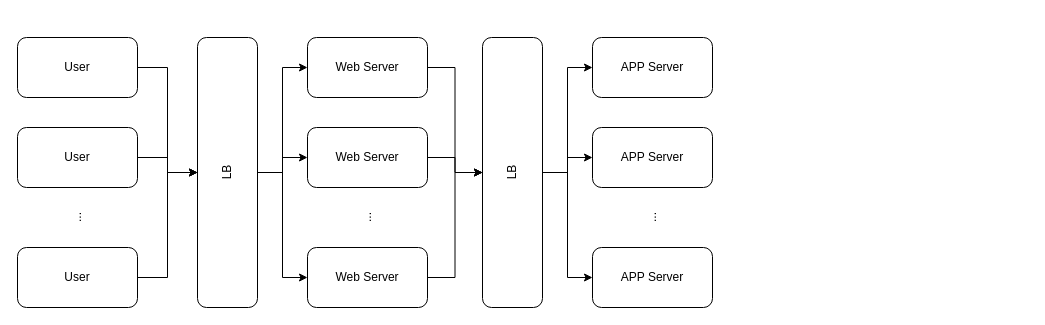
Before: drawios/Design TinyURL.drawio in whmou/component-archs, a draw.io diagram. Source tidied: cells renumbered, new cells numbered last; positions are measured from the earlier drawing's top-left corner, leaving out a move shared by most shapes. Both pictures are drawn from the tidied source at 100%, with x=0, y=0 at pixel (17, 37).
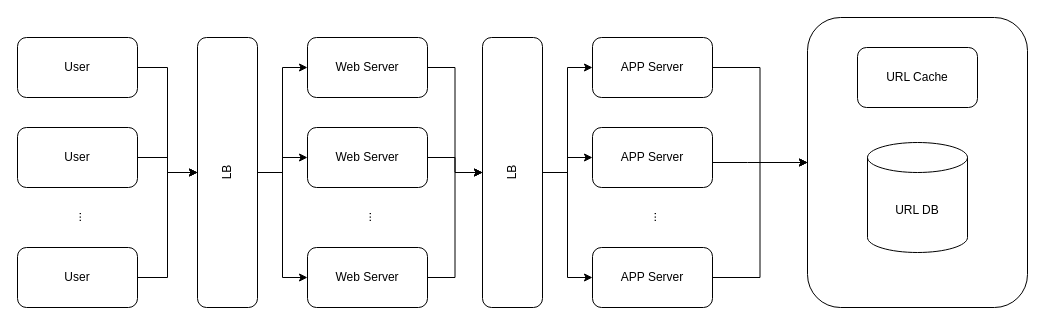
The same diagram, later.

Unchanged cells that the change refers to:
```xml
<mxCell id="24" value="APP Server" style="rounded=1;whiteSpace=wrap;html=1;" parent="1" vertex="1">
  <mxGeometry x="575" width="120" height="60" as="geometry" />
</mxCell>
<mxCell id="25" value="APP Server" style="rounded=1;whiteSpace=wrap;html=1;" parent="1" vertex="1">
  <mxGeometry x="575" y="90" width="120" height="60" as="geometry" />
</mxCell>
<mxCell id="26" value="APP Server" style="rounded=1;whiteSpace=wrap;html=1;" parent="1" vertex="1">
  <mxGeometry x="575" y="210" width="120" height="60" as="geometry" />
</mxCell>
```

Change to the diagram source:
```diff
@@
+    <mxCell id="28" style="rounded=1;whiteSpace=wrap;html=1;" parent="1" vertex="1">
+      <mxGeometry x="790" y="-20" width="220" height="290" as="geometry" />
+    </mxCell>
@@
+    <mxCell id="29" style="edgeStyle=orthogonalEdgeStyle;rounded=0;jettySize=auto;html=1;" parent="1" edge="1" source="24" target="28">
+      <mxGeometry relative="1" as="geometry" />
+    </mxCell>
@@
+    <mxCell id="30" style="edgeStyle=orthogonalEdgeStyle;rounded=0;jettySize=auto;html=1;entryX=0;entryY=0.5;entryDx=0;entryDy=0;" parent="1" edge="1" source="25" target="28">
+      <mxGeometry relative="1" as="geometry">
+        <Array as="points">
+          <mxPoint x="730" y="125" />
+          <mxPoint x="730" y="125" />
+        </Array>
+      </mxGeometry>
+    </mxCell>
@@
+    <mxCell id="31" style="edgeStyle=orthogonalEdgeStyle;rounded=0;jettySize=auto;html=1;" parent="1" edge="1" source="26" target="28">
+      <mxGeometry relative="1" as="geometry" />
+    </mxCell>
@@
+    <mxCell id="32" value="URL Cache" style="rounded=1;whiteSpace=wrap;html=1;" parent="1" vertex="1">
+      <mxGeometry x="840" y="10" width="120" height="60" as="geometry" />
+    </mxCell>
+    <mxCell id="33" value="URL DB" style="shape=cylinder3;whiteSpace=wrap;html=1;boundedLbl=1;backgroundOutline=1;size=15;" parent="1" vertex="1">
+      <mxGeometry x="850" y="105" width="100" height="110" as="geometry" />
+    </mxCell>
```
